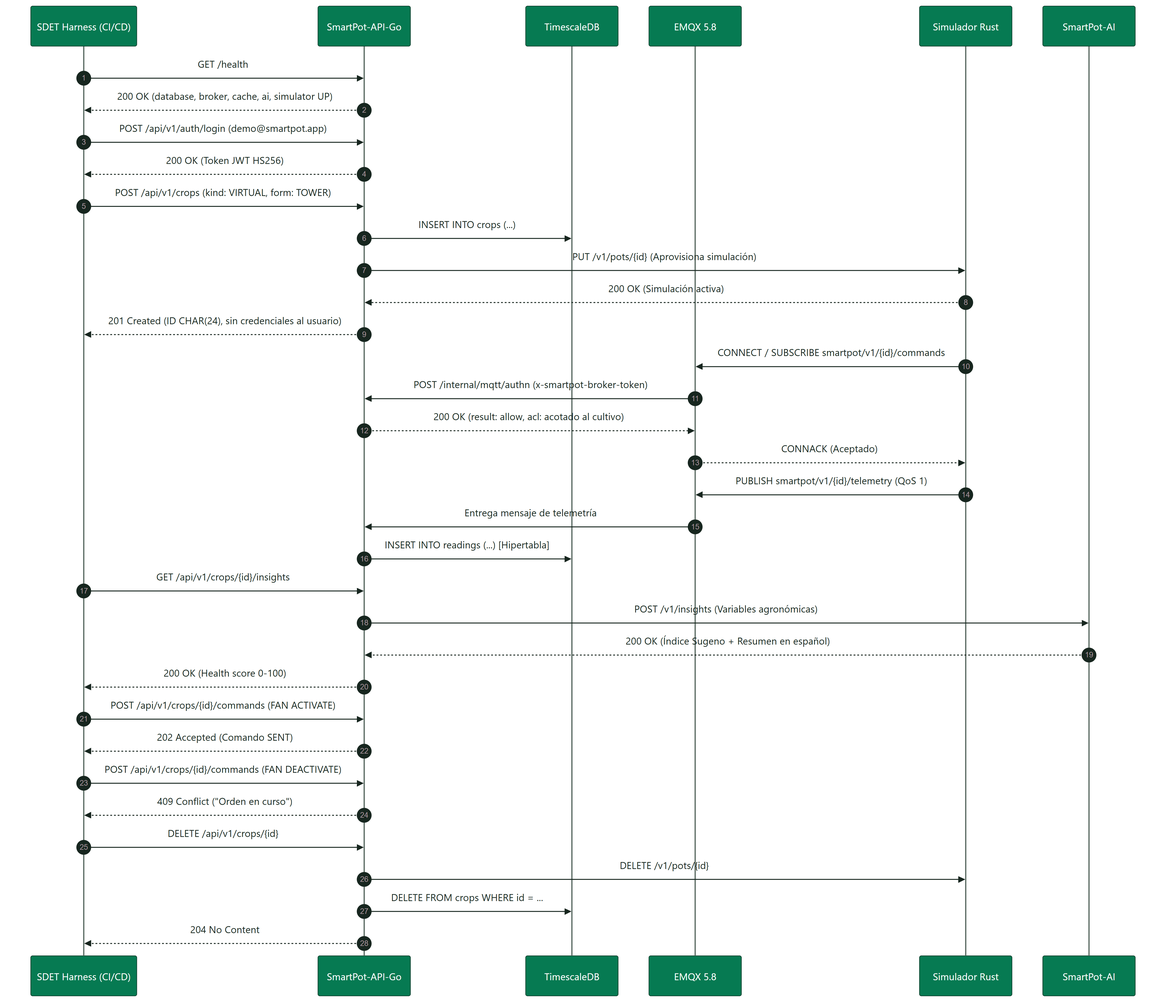
SmartPotTech/.github keeps this Mermaid diagram as docs/diagrams/SmartPot_47_AB_Testing_Sequence.png. Above is the earlier version. Its source is kept beside it as docs/diagrams/SmartPot_47_AB_Testing_Sequence.mmd. The source it was exported from:
```mermaid
%%{init: {"theme": "base", "fontFamily": "Segoe UI, Arial, sans-serif", "themeVariables": {"fontFamily": "Segoe UI, Arial, sans-serif", "fontSize": "15px", "primaryColor": "#DDF5EA", "primaryTextColor": "#17261F", "primaryBorderColor": "#067A52", "secondaryColor": "#E3F2FB", "secondaryTextColor": "#17261F", "secondaryBorderColor": "#1F6FA0", "tertiaryColor": "#F2F7F4", "tertiaryTextColor": "#17261F", "tertiaryBorderColor": "#D5E3DC", "lineColor": "#5B6B63", "textColor": "#17261F", "mainBkg": "#DDF5EA", "nodeBorder": "#067A52", "clusterBkg": "#F7FAF8", "clusterBorder": "#D5E3DC", "edgeLabelBackground": "#FFFFFF", "actorBkg": "#067A52", "actorBorder": "#0B3D2B", "actorTextColor": "#FFFFFF", "actorLineColor": "#5B6B63", "signalColor": "#17261F", "signalTextColor": "#17261F", "labelBoxBkgColor": "#0B3D2B", "labelBoxBorderColor": "#0B3D2B", "labelTextColor": "#FFFFFF", "loopTextColor": "#0B3D2B", "noteBkgColor": "#FDF4DD", "noteBorderColor": "#C98D12", "noteTextColor": "#17261F", "activationBkgColor": "#DDF5EA", "activationBorderColor": "#067A52", "attributeBackgroundColorOdd": "#FFFFFF", "attributeBackgroundColorEven": "#F2F7F4"}}}%%
sequenceDiagram
  autonumber
  participant SDET as SDET Harness (CI/CD)
  participant API as SmartPot-API-Go
  participant DB as TimescaleDB
  participant BROKER as EMQX 5.8
  participant SIM as Simulador Rust
  participant AI as SmartPot-AI

  SDET->>API: GET /health
  API-->>SDET: 200 OK (database, broker, cache, ai, simulator UP)

  SDET->>API: POST /api/v1/auth/login (demo@smartpot.app)
  API-->>SDET: 200 OK (Token JWT HS256)

  SDET->>API: POST /api/v1/crops (kind: VIRTUAL, form: TOWER)
  API->>DB: INSERT INTO crops (...)
  API->>SIM: PUT /v1/pots/{id} (Aprovisiona simulación)
  SIM-->>API: 200 OK (Simulación activa)
  API-->>SDET: 201 Created (ID CHAR(24), sin credenciales al usuario)

  SIM->>BROKER: CONNECT / SUBSCRIBE smartpot/v1/{id}/commands
  BROKER->>API: POST /internal/mqtt/authn (x-smartpot-broker-token)
  API-->>BROKER: 200 OK (result: allow, acl: acotado al cultivo)
  BROKER-->>SIM: CONNACK (Aceptado)

  SIM->>BROKER: PUBLISH smartpot/v1/{id}/telemetry (QoS 1)
  BROKER->>API: Entrega mensaje de telemetría
  API->>DB: INSERT INTO readings (...) [Hipertabla]

  SDET->>API: GET /api/v1/crops/{id}/insights
  API->>AI: POST /v1/insights (Variables agronómicas)
  AI-->>API: 200 OK (Índice Sugeno + Resumen en español)
  API-->>SDET: 200 OK (Health score 0-100)

  SDET->>API: POST /api/v1/crops/{id}/commands (FAN ACTIVATE)
  API-->>SDET: 202 Accepted (Comando SENT)
  SDET->>API: POST /api/v1/crops/{id}/commands (FAN DEACTIVATE)
  API-->>SDET: 409 Conflict ("Orden en curso")

  SDET->>API: DELETE /api/v1/crops/{id}
  API->>SIM: DELETE /v1/pots/{id}
  API->>DB: DELETE FROM crops WHERE id = ...
  API-->>SDET: 204 No Content
```
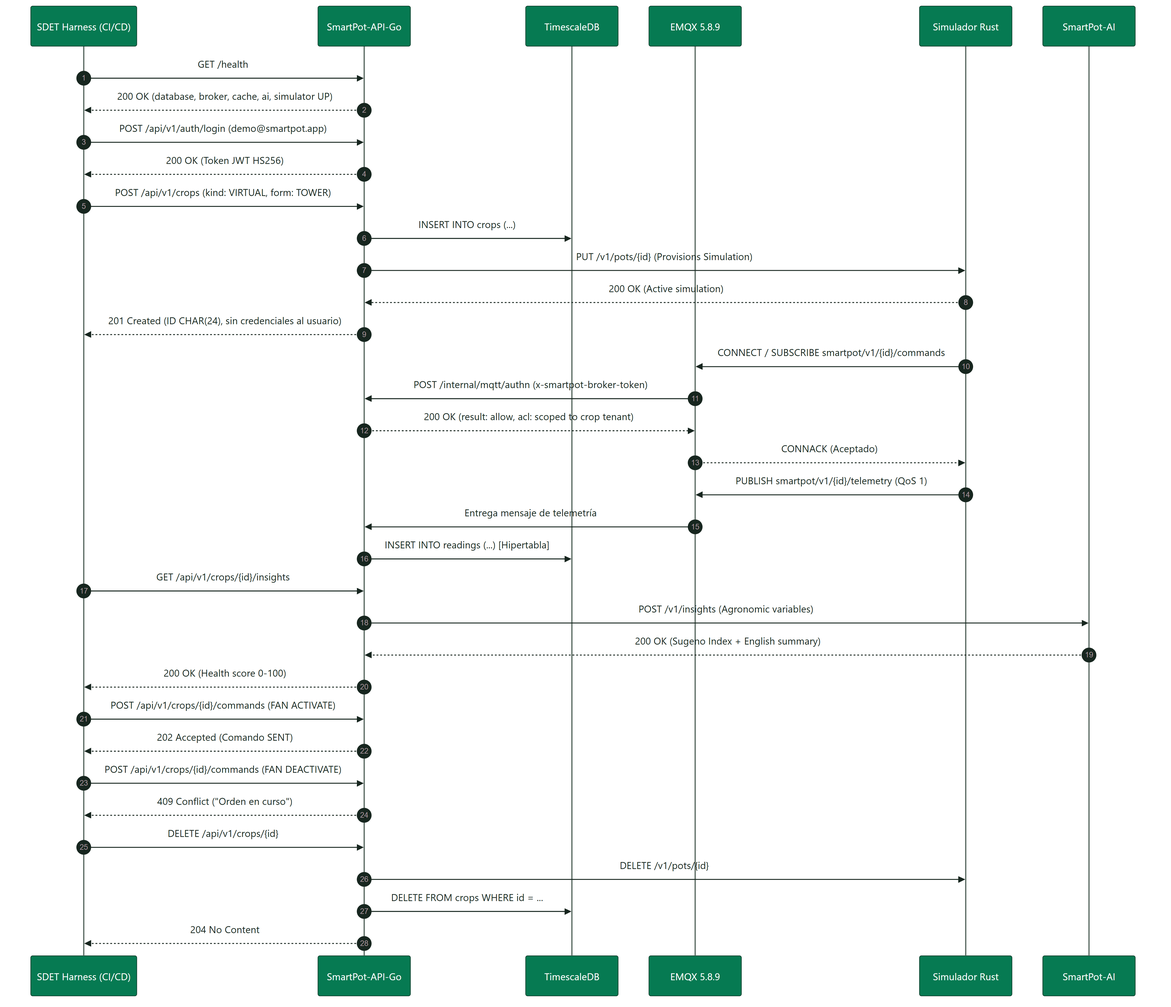
The same diagram one commit later.

Diff of the diagram source:
```diff
@@ -4,7 +4,7 @@
   participant SDET as SDET Harness (CI/CD)
   participant API as SmartPot-API-Go
   participant DB as TimescaleDB
-  participant BROKER as EMQX 5.8
+  participant BROKER as EMQX 5.8.9
   participant SIM as Simulador Rust
   participant AI as SmartPot-AI
 
@@ -16,13 +16,13 @@
 
   SDET->>API: POST /api/v1/crops (kind: VIRTUAL, form: TOWER)
   API->>DB: INSERT INTO crops (...)
-  API->>SIM: PUT /v1/pots/{id} (Aprovisiona simulación)
-  SIM-->>API: 200 OK (Simulación activa)
+  API->>SIM: PUT /v1/pots/{id} (Provisions Simulation)
+  SIM-->>API: 200 OK (Active simulation)
   API-->>SDET: 201 Created (ID CHAR(24), sin credenciales al usuario)
 
   SIM->>BROKER: CONNECT / SUBSCRIBE smartpot/v1/{id}/commands
   BROKER->>API: POST /internal/mqtt/authn (x-smartpot-broker-token)
-  API-->>BROKER: 200 OK (result: allow, acl: acotado al cultivo)
+  API-->>BROKER: 200 OK (result: allow, acl: scoped to crop tenant)
   BROKER-->>SIM: CONNACK (Aceptado)
 
   SIM->>BROKER: PUBLISH smartpot/v1/{id}/telemetry (QoS 1)
@@ -30,8 +30,8 @@
   API->>DB: INSERT INTO readings (...) [Hipertabla]
 
   SDET->>API: GET /api/v1/crops/{id}/insights
-  API->>AI: POST /v1/insights (Variables agronómicas)
-  AI-->>API: 200 OK (Índice Sugeno + Resumen en español)
+  API->>AI: POST /v1/insights (Agronomic variables)
+  AI-->>API: 200 OK (Sugeno Index + English summary)
   API-->>SDET: 200 OK (Health score 0-100)
 
   SDET->>API: POST /api/v1/crops/{id}/commands (FAN ACTIVATE)
```
